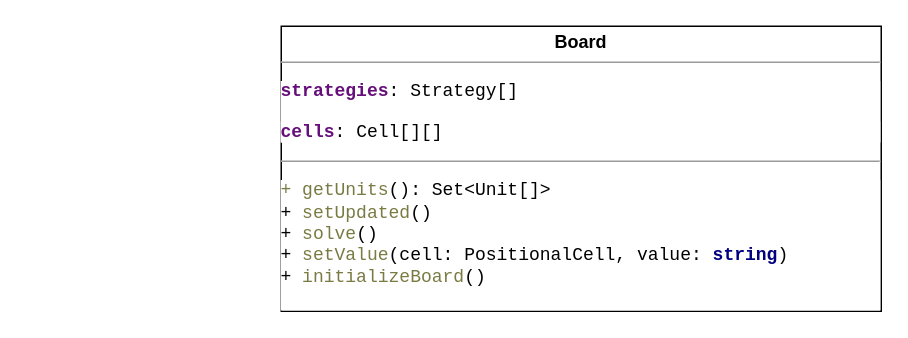
Before: page "Page-3" (3 of 4) of typescript/Sudoku/sudokuuml.drawio in shalabi67/LearnNode, a draw.io diagram. Source tidied: cells renumbered, new cells numbered last; positions are measured from the earlier drawing's top-left corner, leaving out a move shared by most shapes. Both pictures are drawn from the tidied source at 150%, with x=0, y=0 at pixel (280, 26).
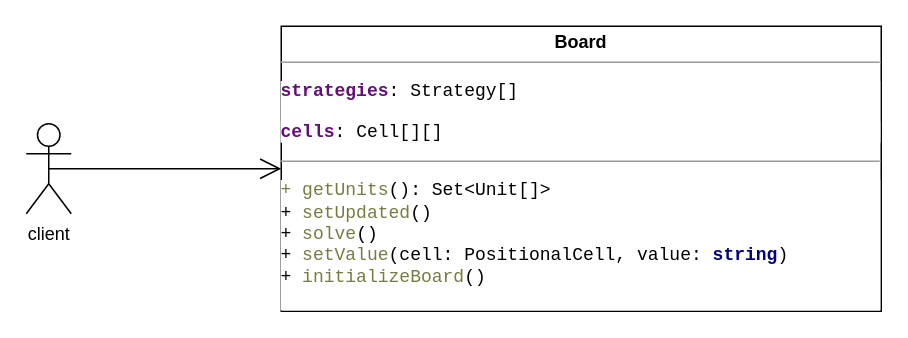
The same diagram, later.

Diff of the diagram source:
```diff
@@
 <mxGraphModel>
   <root>
     <mxCell id="0" />
     <mxCell id="1" parent="0" />
     <mxCell id="2" value="&lt;p style=&quot;margin: 0px ; margin-top: 4px ; text-align: center&quot;&gt;&lt;b&gt;Board&lt;/b&gt;&lt;/p&gt;&lt;hr size=&quot;1&quot;&gt;&lt;pre style=&quot;background-color: #ffffff ; color: #000000 ; font-family: &amp;#34;courier new&amp;#34; ; font-size: 9.0pt&quot;&gt;&lt;span style=&quot;color: #660e7a ; font-weight: bold&quot;&gt;strategies&lt;/span&gt;: Strategy[]&lt;br&gt;&lt;pre style=&quot;background-color: #ffffff ; color: #000000 ; font-family: &amp;#34;courier new&amp;#34; ; font-size: 9.0pt&quot;&gt;&lt;span style=&quot;color: #660e7a ; font-weight: bold&quot;&gt;cells&lt;/span&gt;: Cell[][]&lt;br&gt;&lt;/pre&gt;&lt;/pre&gt;&lt;hr size=&quot;1&quot;&gt;&lt;pre style=&quot;background-color: #ffffff ; color: #000000 ; font-family: &amp;#34;courier new&amp;#34; ; font-size: 9.0pt&quot;&gt;&lt;span style=&quot;color: #7a7a43&quot;&gt;+ getUnits&lt;/span&gt;(): Set&amp;lt;Unit[]&amp;gt;&lt;br&gt;+ &lt;span style=&quot;color: #7a7a43&quot;&gt;setUpdated&lt;/span&gt;()&lt;br&gt;+ &lt;span style=&quot;color: #7a7a43&quot;&gt;solve&lt;/span&gt;()&lt;br&gt;+ &lt;span style=&quot;color: #7a7a43&quot;&gt;setValue&lt;/span&gt;(cell: PositionalCell, value: &lt;span style=&quot;color: #000080 ; font-weight: bold&quot;&gt;string&lt;/span&gt;)&lt;br&gt;+ &lt;span style=&quot;color: #7a7a43&quot;&gt;initializeBoard&lt;/span&gt;&lt;font face=&quot;&amp;#34;courier new&amp;#34;&quot;&gt;()&lt;/font&gt;&lt;br&gt;&lt;b&gt;&lt;/b&gt;&lt;i&gt;&lt;/i&gt;&lt;u&gt;&lt;/u&gt;&lt;sub&gt;&lt;/sub&gt;&lt;sup&gt;&lt;/sup&gt;&lt;strike&gt;&lt;/strike&gt;&lt;br&gt;&lt;/pre&gt;&lt;p style=&quot;margin: 0px ; margin-left: 4px&quot;&gt;&lt;b&gt;&lt;/b&gt;&lt;i&gt;&lt;/i&gt;&lt;u&gt;&lt;/u&gt;&lt;sub&gt;&lt;/sub&gt;&lt;sup&gt;&lt;/sup&gt;&lt;strike&gt;&lt;/strike&gt;&lt;b&gt;&lt;/b&gt;&lt;i&gt;&lt;/i&gt;&lt;u&gt;&lt;/u&gt;&lt;sub&gt;&lt;/sub&gt;&lt;sup&gt;&lt;/sup&gt;&lt;strike&gt;&lt;/strike&gt;&lt;b&gt;&lt;/b&gt;&lt;i&gt;&lt;/i&gt;&lt;u&gt;&lt;/u&gt;&lt;sub&gt;&lt;/sub&gt;&lt;sup&gt;&lt;/sup&gt;&lt;strike&gt;&lt;/strike&gt;&lt;b&gt;&lt;/b&gt;&lt;i&gt;&lt;/i&gt;&lt;u&gt;&lt;/u&gt;&lt;sub&gt;&lt;/sub&gt;&lt;sup&gt;&lt;/sup&gt;&lt;strike&gt;&lt;/strike&gt;&lt;b&gt;&lt;/b&gt;&lt;i&gt;&lt;/i&gt;&lt;u&gt;&lt;/u&gt;&lt;sub&gt;&lt;/sub&gt;&lt;sup&gt;&lt;/sup&gt;&lt;strike&gt;&lt;/strike&gt;&lt;br&gt;&lt;/p&gt;" style="verticalAlign=top;align=left;overflow=fill;fontSize=12;fontFamily=Helvetica;html=1;" parent="1" vertex="1">
       <mxGeometry width="400" height="190" as="geometry" />
     </mxCell>
+    <mxCell id="3" value="client" style="shape=umlActor;verticalLabelPosition=bottom;labelBackgroundColor=#ffffff;verticalAlign=top;html=1;" parent="1" vertex="1">
+      <mxGeometry x="-170" y="65" width="30" height="60" as="geometry" />
+    </mxCell>
+    <mxCell id="4" style="endArrow=open;endFill=1;endSize=12;html=1;exitX=0.5;exitY=0.5;exitDx=0;exitDy=0;exitPerimeter=0;entryX=0;entryY=0.5;entryDx=0;entryDy=0;" parent="1" edge="1" source="3" target="2">
+      <mxGeometry relative="1" as="geometry" />
+    </mxCell>
   </root>
 </mxGraphModel>
```
